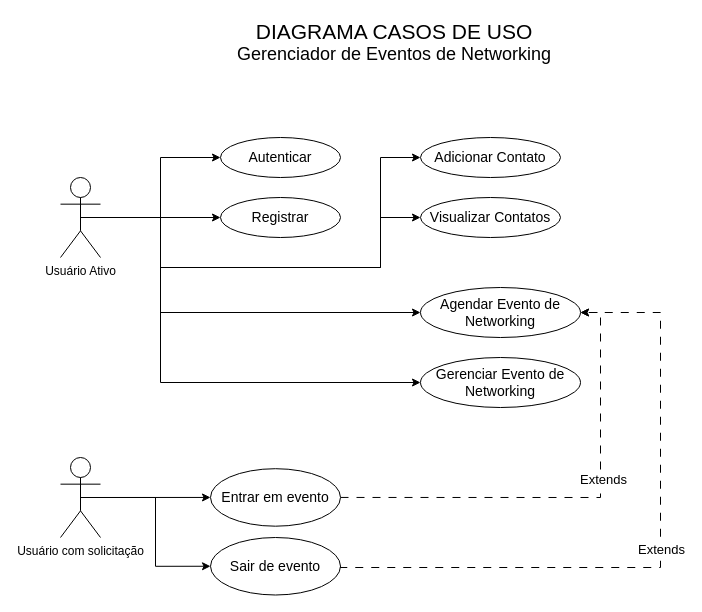
Before: documents/CasosDeUso.drawio in splantapot/atividade4_DSenai, a draw.io diagram. Source tidied: cells renumbered, new cells numbered last; positions are measured from the earlier drawing's top-left corner, leaving out a move shared by most shapes. Both pictures are drawn from the tidied source at 100%, with x=0, y=0 at pixel (60, 17).
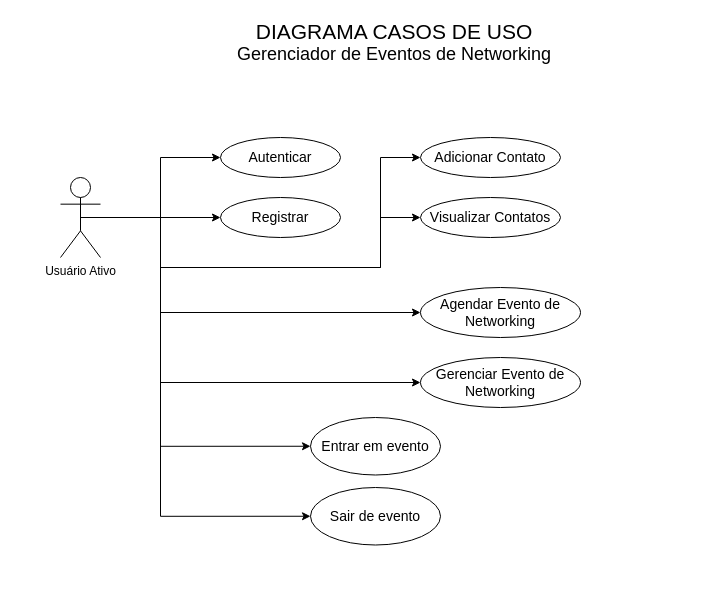
The same page after the edit.

Unchanged cells that the change refers to:
```xml
<mxCell id="9" value="Usuário Ativo" style="shape=umlActor;verticalLabelPosition=bottom;verticalAlign=top;html=1;outlineConnect=0;" parent="1" vertex="1">
  <mxGeometry y="160" width="40" height="80" as="geometry" />
</mxCell>
<mxCell id="17" value="&lt;font style=&quot;font-size: 14px;&quot;&gt;Agendar Evento de Networking&lt;/font&gt;" style="ellipse;whiteSpace=wrap;html=1;" parent="1" vertex="1">
  <mxGeometry x="360" y="270" width="160" height="50" as="geometry" />
</mxCell>
```

The edit, as a diff of the source:
```diff
@@
+    <mxCell id="25" style="edgeStyle=orthogonalEdgeStyle;rounded=0;jettySize=auto;html=1;exitX=0.5;exitY=0.5;exitDx=0;exitDy=0;exitPerimeter=0;entryX=0;entryY=0.5;entryDx=0;entryDy=0;" parent="1" edge="1" source="9" target="21">
+      <mxGeometry relative="1" as="geometry">
+        <Array as="points">
+          <mxPoint x="100" y="200" />
+          <mxPoint x="100" y="429" />
+        </Array>
+      </mxGeometry>
+    </mxCell>
+    <mxCell id="26" style="edgeStyle=orthogonalEdgeStyle;rounded=0;jettySize=auto;html=1;exitX=0.5;exitY=0.5;exitDx=0;exitDy=0;exitPerimeter=0;entryX=0;entryY=0.5;entryDx=0;entryDy=0;" parent="1" edge="1" source="9" target="22">
+      <mxGeometry relative="1" as="geometry">
+        <Array as="points">
+          <mxPoint x="100" y="200" />
+          <mxPoint x="100" y="499" />
+        </Array>
+      </mxGeometry>
+    </mxCell>
@@
-    <mxCell id="10" style="edgeStyle=orthogonalEdgeStyle;rounded=0;jettySize=auto;html=1;exitX=0.5;exitY=0.5;exitDx=0;exitDy=0;exitPerimeter=0;entryX=0;entryY=0.5;entryDx=0;entryDy=0;" parent="1" edge="1" source="12" target="21">
-      <mxGeometry relative="1" as="geometry" />
-    </mxCell>
-    <mxCell id="11" style="edgeStyle=orthogonalEdgeStyle;rounded=0;jettySize=auto;html=1;exitX=0.5;exitY=0.5;exitDx=0;exitDy=0;exitPerimeter=0;entryX=0;entryY=0.5;entryDx=0;entryDy=0;" parent="1" edge="1" source="12" target="22">
-      <mxGeometry relative="1" as="geometry" />
-    </mxCell>
-    <mxCell id="12" value="Usuário com solicitação" style="shape=umlActor;verticalLabelPosition=bottom;verticalAlign=top;html=1;outlineConnect=0;" parent="1" vertex="1">
-      <mxGeometry y="440" width="40" height="80" as="geometry" />
-    </mxCell>
@@
-    <mxCell id="19" style="edgeStyle=orthogonalEdgeStyle;rounded=0;jettySize=auto;html=1;exitX=1;exitY=0.5;exitDx=0;exitDy=0;entryX=1;entryY=0.5;entryDx=0;entryDy=0;dashed=1;dashPattern=8 8;" parent="1" edge="1" source="21" target="17">
-      <mxGeometry relative="1" as="geometry" />
-    </mxCell>
-    <mxCell id="20" value="&lt;font style=&quot;font-size: 13px;&quot;&gt;Extends&lt;/font&gt;" style="edgeLabel;html=1;align=center;verticalAlign=middle;" parent="19" vertex="1">
-      <mxGeometry x="0.17" y="-2" relative="1" as="geometry">
-        <mxPoint y="-7" as="offset" />
-      </mxGeometry>
-    </mxCell>
     <mxCell id="21" value="&lt;span style=&quot;font-size: 14px;&quot;&gt;Entrar em evento&lt;/span&gt;" style="ellipse;whiteSpace=wrap;html=1;" parent="1" vertex="1">
-      <mxGeometry x="150" y="451.2" width="130" height="57.5" as="geometry" />
+      <mxGeometry x="250" y="400" width="130" height="57.5" as="geometry" />
     </mxCell>
     <mxCell id="22" value="&lt;span style=&quot;font-size: 14px;&quot;&gt;Sair de evento&lt;/span&gt;" style="ellipse;whiteSpace=wrap;html=1;" parent="1" vertex="1">
-      <mxGeometry x="150" y="520" width="130" height="57.5" as="geometry" />
+      <mxGeometry x="250" y="470" width="130" height="57.5" as="geometry" />
     </mxCell>
-    <mxCell id="23" style="edgeStyle=orthogonalEdgeStyle;rounded=0;jettySize=auto;html=1;exitX=1;exitY=0.5;exitDx=0;exitDy=0;entryX=1;entryY=0.5;entryDx=0;entryDy=0;dashed=1;dashPattern=8 8;" parent="1" edge="1" source="22" target="17">
-      <mxGeometry relative="1" as="geometry">
-        <Array as="points">
-          <mxPoint x="280" y="550" />
-          <mxPoint x="600" y="550" />
-          <mxPoint x="600" y="295" />
-        </Array>
-      </mxGeometry>
-    </mxCell>
-    <mxCell id="24" value="&lt;font style=&quot;font-size: 13px;&quot;&gt;Extends&lt;/font&gt;" style="edgeLabel;html=1;align=center;verticalAlign=middle;" parent="23" vertex="1">
-      <mxGeometry x="0.17" y="-2" relative="1" as="geometry">
-        <mxPoint x="-2" y="44" as="offset" />
-      </mxGeometry>
-    </mxCell>
```
